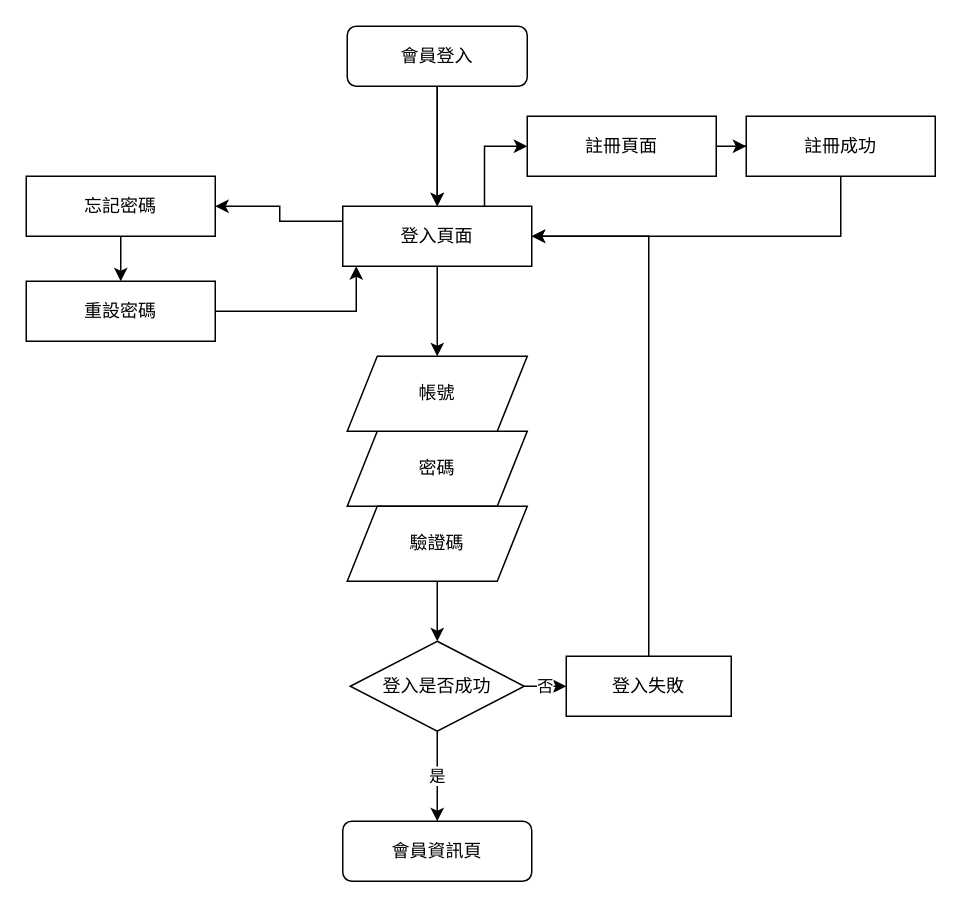
This is 登入系統.drawio from Josh1216/draw.io_test, a draw.io file, before an edit. Source tidied: cells renumbered, new cells numbered last; positions are measured from the earlier drawing's top-left corner, leaving out a move shared by most shapes. Both pictures are drawn from the tidied source at 150%, with x=0, y=0 at pixel (26, 26).
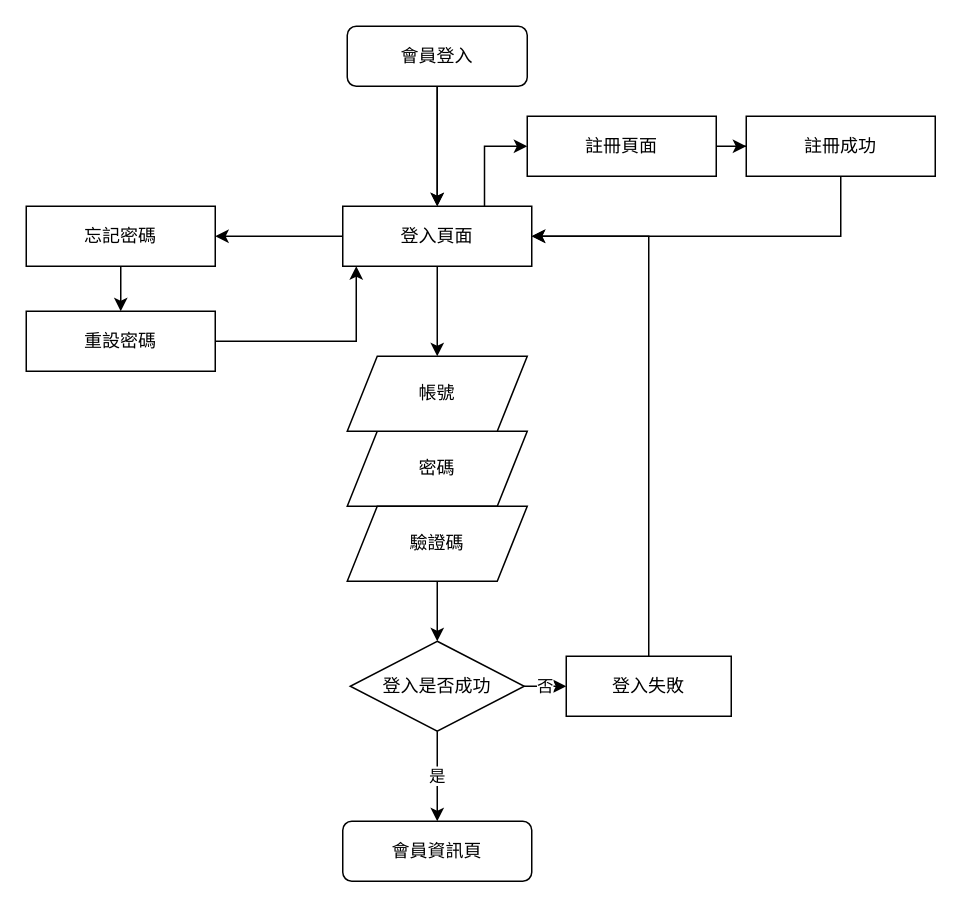
The same diagram, later.

Commit message:
更新登入系統.drawio

Unchanged cells that the change refers to:
```xml
<mxCell id="9" value="登入頁面" style="rounded=0;whiteSpace=wrap;html=1;" parent="1" vertex="1">
  <mxGeometry x="211" y="120" width="126" height="40" as="geometry" />
</mxCell>
<mxCell id="24" value="註冊頁面" style="rounded=0;whiteSpace=wrap;html=1;" parent="1" vertex="1">
  <mxGeometry x="334" y="60" width="126" height="40" as="geometry" />
</mxCell>
```

What changed in the source:
```diff
@@
+    <mxCell id="8" style="edgeStyle=orthogonalEdgeStyle;rounded=0;jettySize=auto;html=1;exitX=0.75;exitY=0;exitDx=0;exitDy=0;entryX=0;entryY=0.5;entryDx=0;entryDy=0;" parent="1" edge="1" source="9" target="24">
+      <mxGeometry relative="1" as="geometry" />
+    </mxCell>
-    <mxCell id="7" style="edgeStyle=orthogonalEdgeStyle;rounded=0;jettySize=auto;html=1;entryX=1;entryY=0.5;entryDx=0;entryDy=0;" parent="1" edge="1" source="9" target="20">
-      <mxGeometry relative="1" as="geometry">
-        <Array as="points">
-          <mxPoint x="169" y="130" />
-          <mxPoint x="169" y="120" />
-        </Array>
-      </mxGeometry>
+    <mxCell id="7" style="edgeStyle=orthogonalEdgeStyle;rounded=0;jettySize=auto;html=1;exitX=0;exitY=0.5;exitDx=0;exitDy=0;" parent="1" edge="1" source="9" target="20">
+      <mxGeometry relative="1" as="geometry" />
     </mxCell>
-    <mxCell id="8" style="edgeStyle=orthogonalEdgeStyle;rounded=0;jettySize=auto;html=1;exitX=0.75;exitY=0;exitDx=0;exitDy=0;entryX=0;entryY=0.5;entryDx=0;entryDy=0;" parent="1" edge="1" source="9" target="24">
-      <mxGeometry relative="1" as="geometry" />
-    </mxCell>
@@
     <mxCell id="20" value="忘記密碼" style="rounded=0;whiteSpace=wrap;html=1;" parent="1" vertex="1">
-      <mxGeometry y="100" width="126" height="40" as="geometry" />
+      <mxGeometry y="120" width="126" height="40" as="geometry" />
     </mxCell>
     <mxCell id="21" style="edgeStyle=orthogonalEdgeStyle;rounded=0;jettySize=auto;html=1;" parent="1" edge="1" source="22" target="9">
       <mxGeometry relative="1" as="geometry">
         <Array as="points">
-          <mxPoint x="220" y="190" />
+          <mxPoint x="220" y="210" />
         </Array>
       </mxGeometry>
     </mxCell>
     <mxCell id="22" value="重設密碼" style="rounded=0;whiteSpace=wrap;html=1;" parent="1" vertex="1">
-      <mxGeometry y="170" width="126" height="40" as="geometry" />
+      <mxGeometry y="190" width="126" height="40" as="geometry" />
     </mxCell>
```
